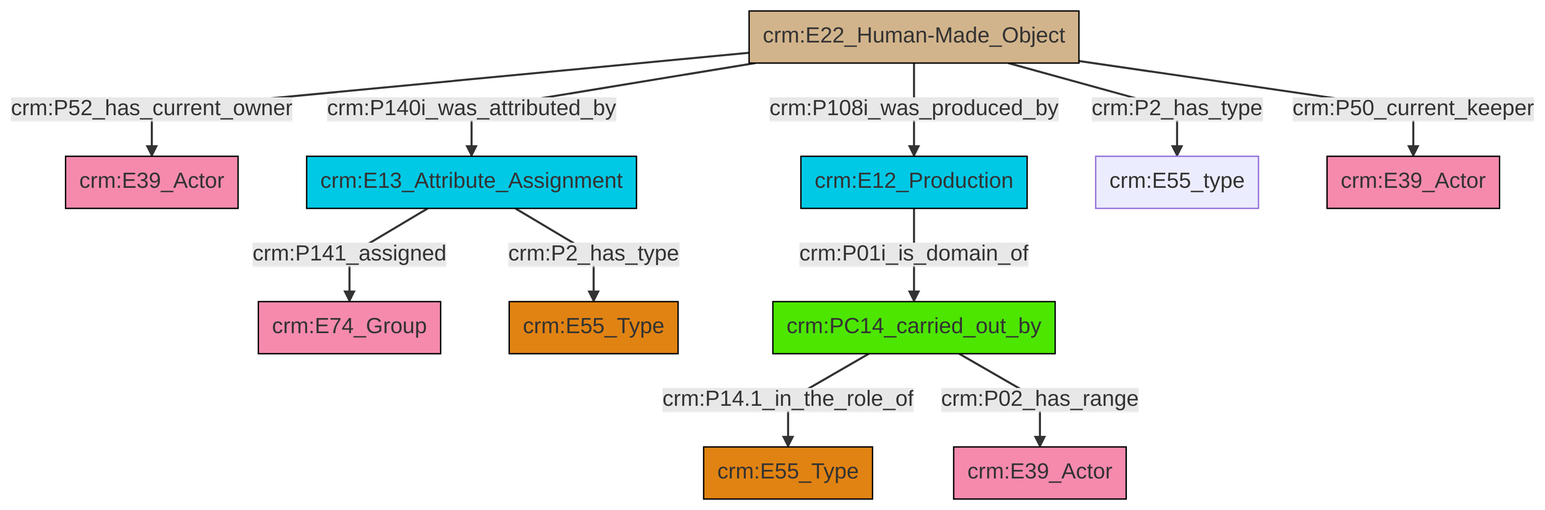
Before: et/artworkCSV/ttl/mmd/png/Artwork_Actor_Relations.png, a diagram exported from Mermaid (swiss-art-research-net/docs.swissartresearch). Its source is kept beside it as et/artworkCSV/ttl/mmd/Artwork_Actor_Relations.ttl.mmd.
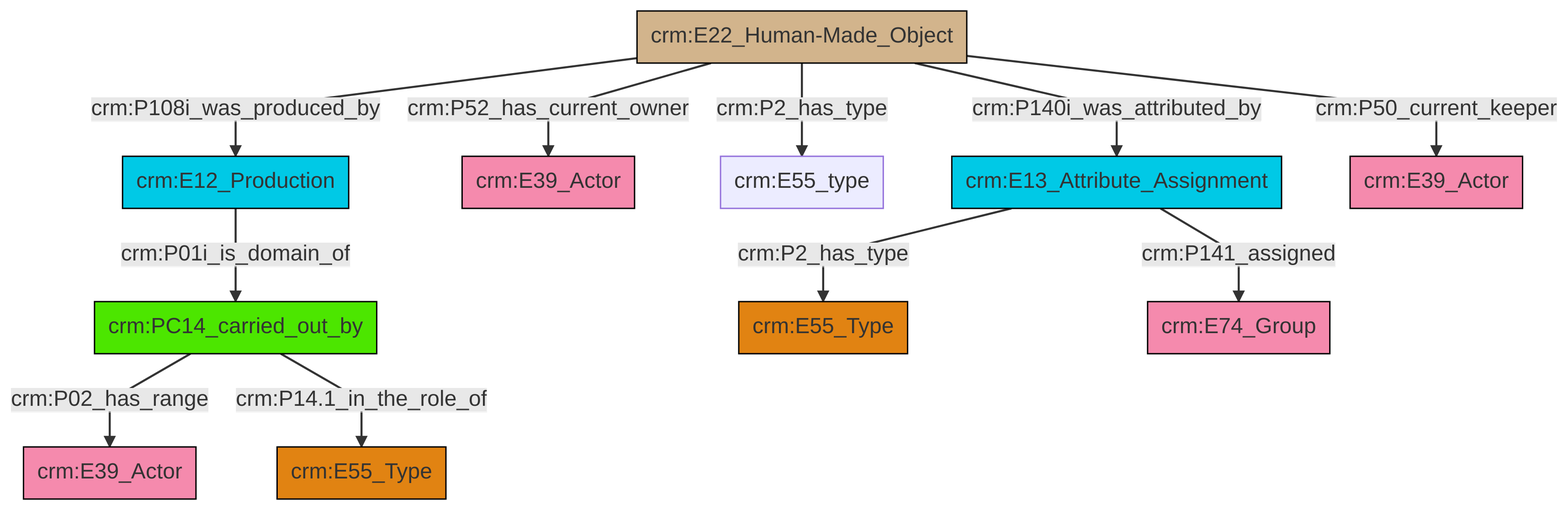
After the change.

Diff of the diagram source:
```diff
@@ -13,13 +13,13 @@
 classDef PC_Classes fill:#4ce600, stroke:#000000;
 classDef Multi fill:#cccccc,stroke:#000000;
 
-0["crm:E22_Human-Made_Object"]:::Physical_Thing -->|crm:P52_has_current_owner| 1["crm:E39_Actor"]:::Actor
-2["crm:E13_Attribute_Assignment"]:::Temporal_Entity -->|crm:P141_assigned| 3["crm:E74_Group"]:::Actor
-0["crm:E22_Human-Made_Object"]:::Physical_Thing -->|crm:P140i_was_attributed_by| 2["crm:E13_Attribute_Assignment"]:::Temporal_Entity
-0["crm:E22_Human-Made_Object"]:::Physical_Thing -->|crm:P2_has_type| 8["crm:E55_type"]:::Default
-0["crm:E22_Human-Made_Object"]:::Physical_Thing -->|crm:P108i_was_produced_by| 6["crm:E12_Production"]:::Temporal_Entity
-0["crm:E22_Human-Made_Object"]:::Physical_Thing -->|crm:P50_current_keeper| 15["crm:E39_Actor"]:::Actor
-16["crm:PC14_carried_out_by"]:::PC_Classes -->|crm:P14.1_in_the_role_of| 10["crm:E55_Type"]:::Type
-16["crm:PC14_carried_out_by"]:::PC_Classes -->|crm:P02_has_range| 17["crm:E39_Actor"]:::Actor
-6["crm:E12_Production"]:::Temporal_Entity -->|crm:P01i_is_domain_of| 16["crm:PC14_carried_out_by"]:::PC_Classes
-2["crm:E13_Attribute_Assignment"]:::Temporal_Entity -->|crm:P2_has_type| 13["crm:E55_Type"]:::Type
+0["crm:PC14_carried_out_by"]:::PC_Classes -->|crm:P02_has_range| 1["crm:E39_Actor"]:::Actor
+2["crm:E13_Attribute_Assignment"]:::Temporal_Entity -->|crm:P2_has_type| 3["crm:E55_Type"]:::Type
+2["crm:E13_Attribute_Assignment"]:::Temporal_Entity -->|crm:P141_assigned| 8["crm:E74_Group"]:::Actor
+9["crm:E12_Production"]:::Temporal_Entity -->|crm:P01i_is_domain_of| 0["crm:PC14_carried_out_by"]:::PC_Classes
+11["crm:E22_Human-Made_Object"]:::Physical_Thing -->|crm:P140i_was_attributed_by| 2["crm:E13_Attribute_Assignment"]:::Temporal_Entity
+11["crm:E22_Human-Made_Object"]:::Physical_Thing -->|crm:P50_current_keeper| 12["crm:E39_Actor"]:::Actor
+11["crm:E22_Human-Made_Object"]:::Physical_Thing -->|crm:P108i_was_produced_by| 9["crm:E12_Production"]:::Temporal_Entity
+11["crm:E22_Human-Made_Object"]:::Physical_Thing -->|crm:P2_has_type| 6["crm:E55_type"]:::Default
+11["crm:E22_Human-Made_Object"]:::Physical_Thing -->|crm:P52_has_current_owner| 4["crm:E39_Actor"]:::Actor
+0["crm:PC14_carried_out_by"]:::PC_Classes -->|crm:P14.1_in_the_role_of| 18["crm:E55_Type"]:::Type
```
